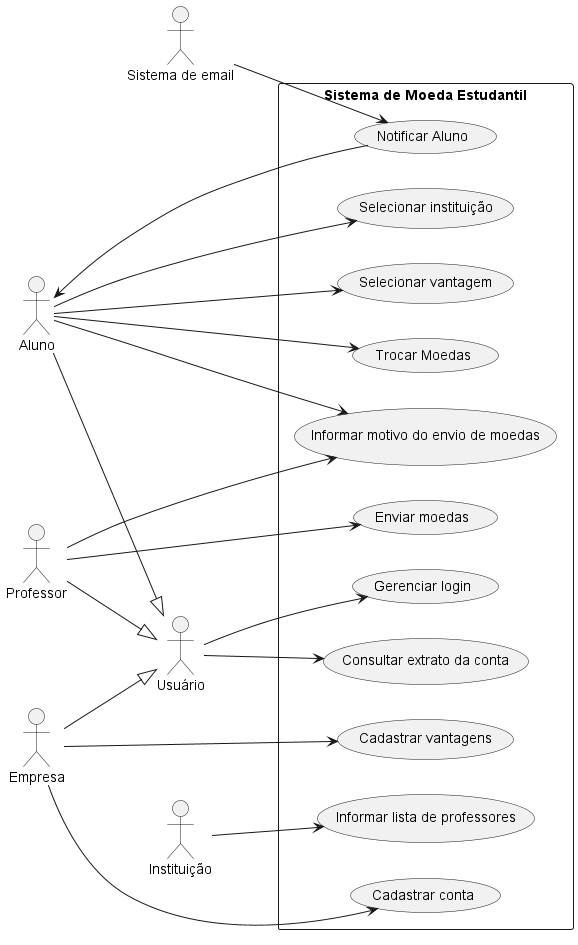
brunokilo/lab03-projetoSoftware keeps this PlantUML diagram as docs/diagramas/caso-de-uso.png. Above is the earlier version.
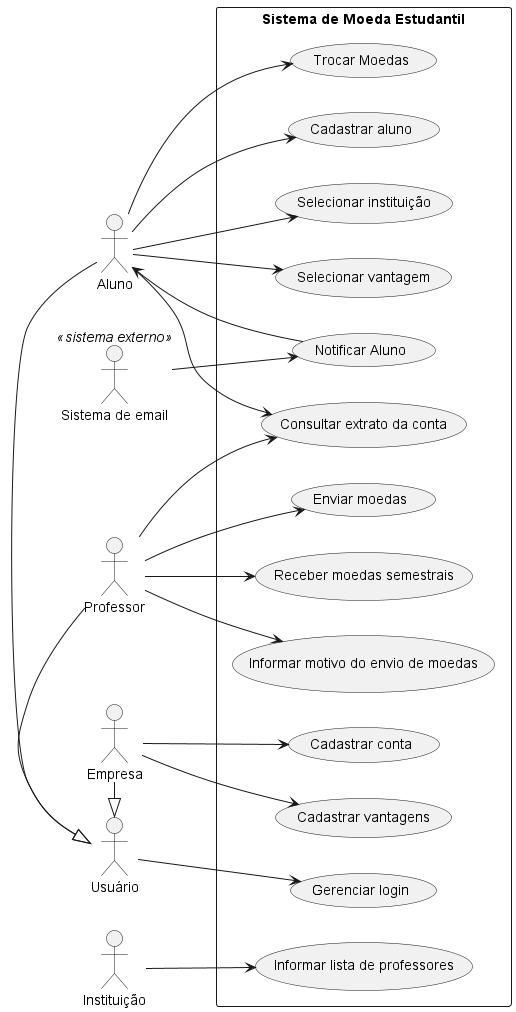
Later version of the same file.

Commit message:
feat: atualização do diagrama de caso de uso com novos casos e ajustes nos relacionamentos

What changed in the source:
```diff
@@ -2,16 +2,16 @@
 left to right direction
 skinparam packageStyle rectangle
 
-actor "Sistema de email" as Sistema_de_email
+actor "Sistema de email" as Sistema_de_email <<sistema externo>>
 actor "Usuário" as Usuario
 actor  Aluno
 actor  Professor
 actor  Empresa
 actor "Instituição" as Instituicao
 
-Aluno --|> Usuario
-Professor --|> Usuario
-Empresa --|> Usuario
+Aluno -|> Usuario
+Professor -|> Usuario
+Empresa -|> Usuario
 
 rectangle "Sistema de Moeda Estudantil" {
     usecase "Gerenciar login" as UC01
@@ -25,25 +25,28 @@
     usecase "Informar lista de professores" as UC09
     usecase "Cadastrar conta" as UC10
     usecase "Cadastrar vantagens" as UC11
+    usecase "Cadastrar aluno" as UC12
+    usecase "Receber moedas semestrais" as UC13
 }
 
 Usuario --> UC01
-Usuario --> UC08
 
+Aluno --> UC12
 Aluno --> UC02
 Aluno --> UC03
 Aluno --> UC06
-Aluno --> UC07
+Aluno --> UC08
 
 Professor --> UC04
 Professor --> UC07
+Professor --> UC08
+Professor --> UC13
 
 Sistema_de_email --> UC05
+UC05 --> Aluno
 
-UC05 --> Aluno
+Instituicao --> UC09
 
 Empresa --> UC10
 Empresa --> UC11
-
-Instituicao --> UC09
 @enduml
```
